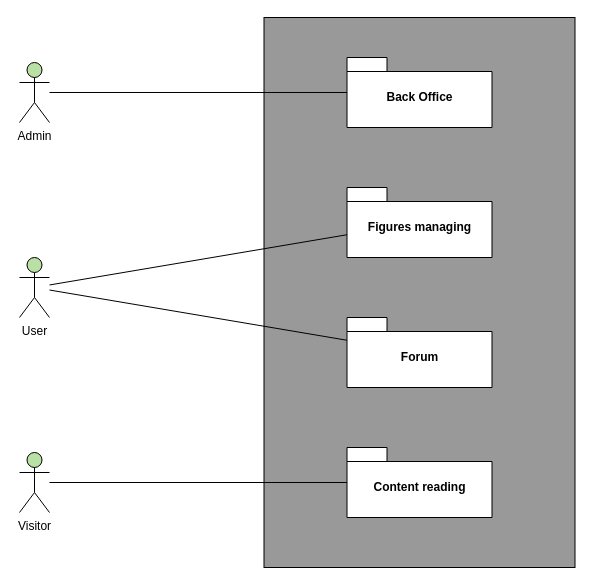
This is Diagrammes/Diagramme de packages/packages.drawio from JgPhil/Snowtricks, a draw.io file, before an edit. Source tidied: cells renumbered, new cells numbered last; positions are measured from the earlier drawing's top-left corner, leaving out a move shared by most shapes. Both pictures are drawn from the tidied source at 100%, with x=0, y=0 at pixel (19, 17).
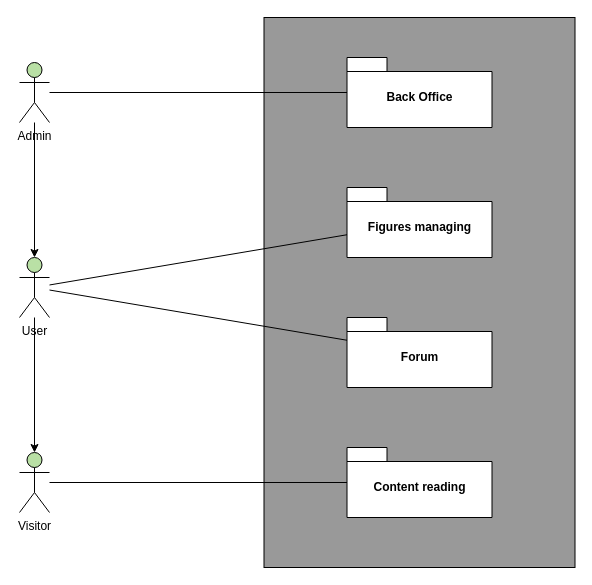
After the change.

Diff of the diagram source:
```diff
@@
 <mxGraphModel>
   <root>
     <mxCell id="0" />
     <mxCell id="1" parent="0" />
     <mxCell id="2" style="html=1;fillColor=#999999;" parent="1" vertex="1">
       <mxGeometry x="244.5" width="311" height="550" as="geometry" />
     </mxCell>
     <mxCell id="3" value="Back Office" style="shape=folder;fontStyle=1;spacingTop=10;tabWidth=40;tabHeight=14;tabPosition=left;html=1;" parent="1" vertex="1">
       <mxGeometry x="327.5" y="40" width="145" height="70" as="geometry" />
     </mxCell>
     <mxCell id="4" value="Content reading" style="shape=folder;fontStyle=1;spacingTop=10;tabWidth=40;tabHeight=14;tabPosition=left;html=1;" parent="1" vertex="1">
       <mxGeometry x="327.5" y="430" width="145" height="70" as="geometry" />
     </mxCell>
     <mxCell id="5" style="endArrow=none;html=1;" parent="1" edge="1" source="7" target="3">
       <mxGeometry relative="1" as="geometry" />
     </mxCell>
     <mxCell id="6" style="endArrow=none;html=1;" parent="1" edge="1" source="8" target="4">
       <mxGeometry relative="1" as="geometry" />
     </mxCell>
     <mxCell id="7" value="Admin" style="shape=umlActor;verticalLabelPosition=bottom;labelBackgroundColor=#ffffff;verticalAlign=top;html=1;fillColor=#B9E0A5;" parent="1" vertex="1">
       <mxGeometry y="45" width="30" height="60" as="geometry" />
     </mxCell>
     <mxCell id="8" value="Visitor" style="shape=umlActor;verticalLabelPosition=bottom;labelBackgroundColor=#ffffff;verticalAlign=top;html=1;fillColor=#B9E0A5;" parent="1" vertex="1">
       <mxGeometry y="435" width="30" height="60" as="geometry" />
     </mxCell>
     <mxCell id="9" value="User" style="shape=umlActor;verticalLabelPosition=bottom;labelBackgroundColor=#ffffff;verticalAlign=top;html=1;fillColor=#B9E0A5;" parent="1" vertex="1">
       <mxGeometry y="240" width="30" height="60" as="geometry" />
     </mxCell>
     <mxCell id="10" value="Figures managing" style="shape=folder;fontStyle=1;spacingTop=10;tabWidth=40;tabHeight=14;tabPosition=left;html=1;" parent="1" vertex="1">
       <mxGeometry x="327.5" y="170" width="145" height="70" as="geometry" />
     </mxCell>
     <mxCell id="11" value="Forum" style="shape=folder;fontStyle=1;spacingTop=10;tabWidth=40;tabHeight=14;tabPosition=left;html=1;" parent="1" vertex="1">
       <mxGeometry x="327.5" y="300" width="145" height="70" as="geometry" />
     </mxCell>
     <mxCell id="12" style="endArrow=none;html=1;" parent="1" edge="1" source="9" target="10">
       <mxGeometry relative="1" as="geometry" />
     </mxCell>
     <mxCell id="13" style="endArrow=none;html=1;" parent="1" edge="1" source="9" target="11">
       <mxGeometry relative="1" as="geometry" />
     </mxCell>
+    <mxCell id="14" style="endArrow=classic;html=1;entryX=0.5;entryY=0;entryDx=0;entryDy=0;entryPerimeter=0;" parent="1" edge="1" source="9" target="8">
+      <mxGeometry relative="1" as="geometry" />
+    </mxCell>
+    <mxCell id="15" style="endArrow=classic;html=1;entryX=0.5;entryY=0;entryDx=0;entryDy=0;entryPerimeter=0;" parent="1" edge="1" source="7" target="9">
+      <mxGeometry relative="1" as="geometry" />
+    </mxCell>
   </root>
 </mxGraphModel>
```
